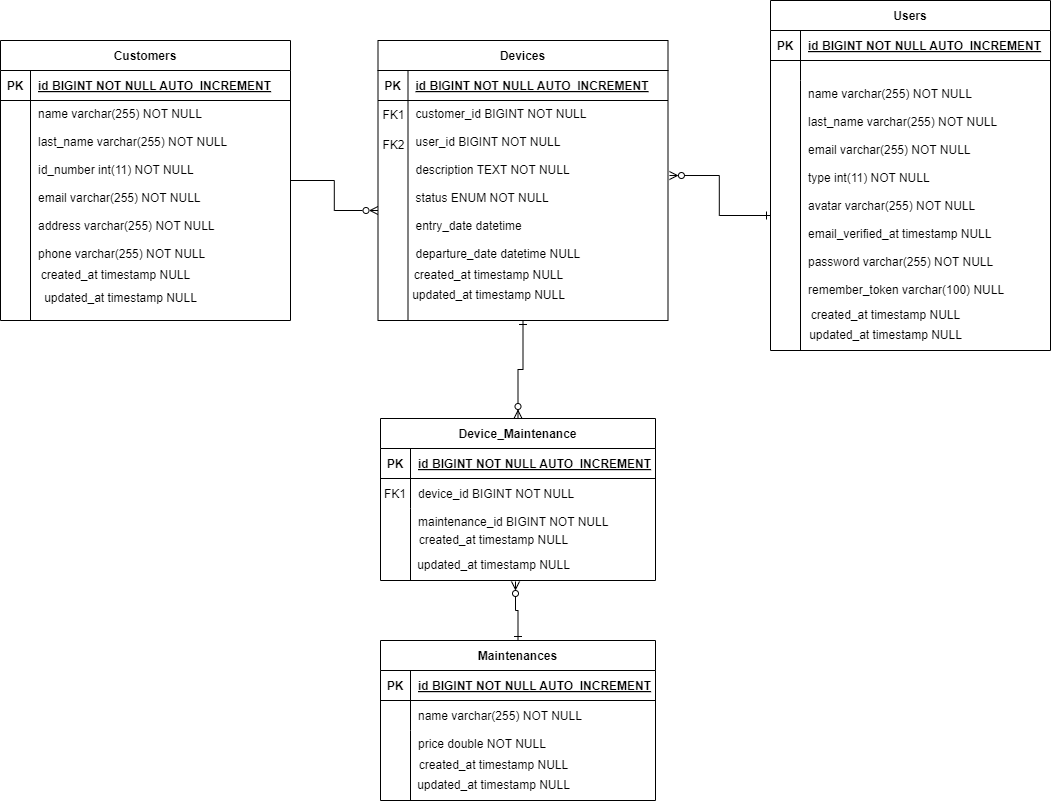
IvanAV19/Proxecto-DAW keeps this draw.io diagram as diseños/diagrama_entidadRelacion_DB.drawio.png. Above is the earlier version. Source tidied: cells renumbered, new cells last; positions are measured from the earlier drawing's top-left corner, leaving out a move shared by most shapes.
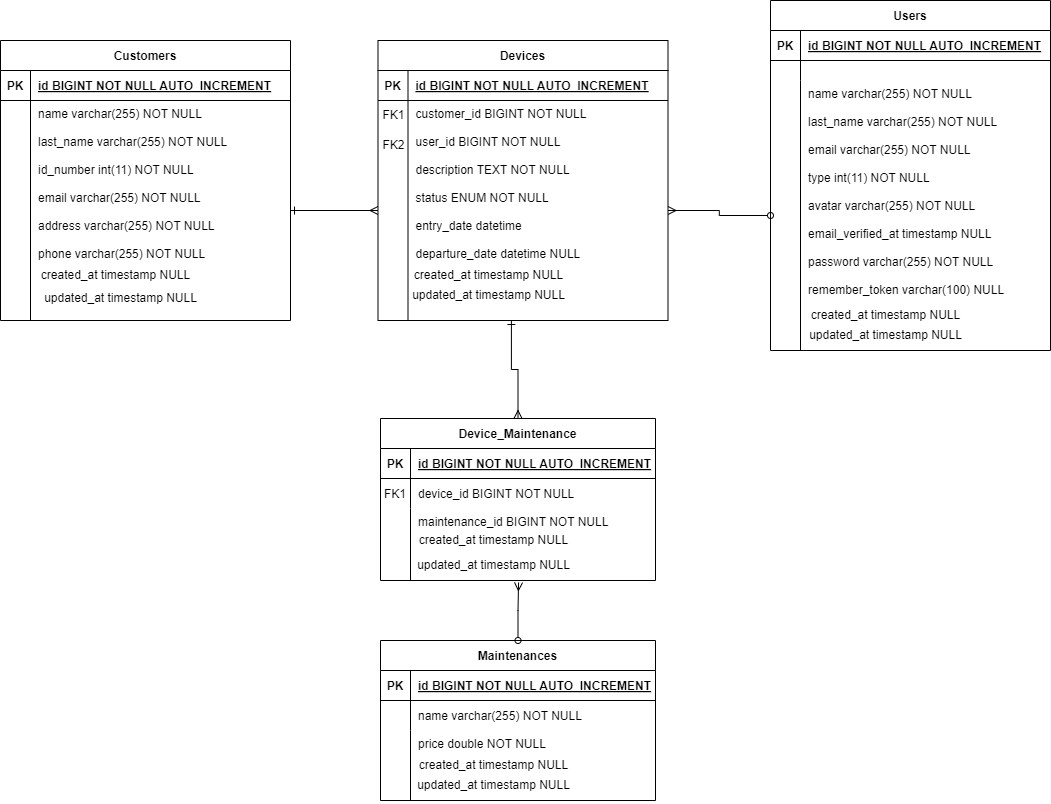
After the change.

Commit message:
Cambios en los diagramas

Diff of the diagram source:
```diff
@@ -32,9 +32,6 @@
     <mxCell id="11" value="maintenance_id BIGINT NOT NULL" style="shape=partialRectangle;overflow=hidden;fillColor=none;top=0;left=0;bottom=0;right=0;align=left;spacingLeft=6;verticalAlign=top;" parent="9" vertex="1">
       <mxGeometry x="30" width="245" height="72" as="geometry" />
     </mxCell>
-    <mxCell id="12" style="edgeStyle=orthogonalEdgeStyle;rounded=0;jettySize=auto;html=1;startArrow=baseDash;startFill=0;endArrow=ERzeroToMany;endFill=0;" parent="1" edge="1" source="13" target="47">
-      <mxGeometry relative="1" as="geometry" />
-    </mxCell>
     <mxCell id="13" value="Customers" style="shape=table;startSize=30;rowLines=0;fontStyle=1;align=center;" parent="1" vertex="1">
       <mxGeometry y="40" width="290" height="280" as="geometry" />
     </mxCell>
@@ -122,9 +119,6 @@
     <mxCell id="41" value="updated_at timestamp NULL" style="text;html=1;align=center;verticalAlign=middle;strokeColor=none;fillColor=none;" parent="1" vertex="1">
       <mxGeometry x="30" y="283" width="180" height="30" as="geometry" />
     </mxCell>
-    <mxCell id="42" style="edgeStyle=orthogonalEdgeStyle;rounded=0;jettySize=auto;html=1;entryX=0.5;entryY=0;entryDx=0;entryDy=0;startArrow=ERone;startFill=0;endArrow=ERzeroToMany;endFill=0;" parent="1" edge="1" source="43" target="2">
-      <mxGeometry relative="1" as="geometry" />
-    </mxCell>
     <mxCell id="43" value="Devices" style="shape=table;startSize=30;rowLines=0;fontStyle=1;align=center;" parent="1" vertex="1">
       <mxGeometry x="377.5" y="40" width="290" height="280" as="geometry" />
     </mxCell>
@@ -158,9 +152,6 @@
     <mxCell id="53" value="FK2" style="text;html=1;align=center;verticalAlign=middle;strokeColor=none;fillColor=none;" parent="1" vertex="1">
       <mxGeometry x="367.5" y="130" width="50" height="30" as="geometry" />
     </mxCell>
-    <mxCell id="54" style="edgeStyle=orthogonalEdgeStyle;rounded=0;jettySize=auto;html=1;entryX=1.005;entryY=0.341;entryDx=0;entryDy=0;entryPerimeter=0;startArrow=ERone;startFill=0;endArrow=ERzeroToMany;endFill=0;" parent="1" edge="1" source="37" target="47">
-      <mxGeometry relative="1" as="geometry" />
-    </mxCell>
     <mxCell id="55" value="created_at timestamp NULL" style="text;html=1;align=center;verticalAlign=middle;strokeColor=none;fillColor=none;" parent="1" vertex="1">
       <mxGeometry x="800" y="300" width="170" height="30" as="geometry" />
     </mxCell>
@@ -179,7 +170,16 @@
     <mxCell id="60" value="updated_at timestamp NULL" style="text;html=1;align=center;verticalAlign=middle;points=[];strokeColor=none;fillColor=none;" parent="1" vertex="1">
       <mxGeometry x="402.5" y="550" width="180" height="30" as="geometry" />
     </mxCell>
+    <mxCell id="62" style="edgeStyle=orthogonalEdgeStyle;rounded=0;jettySize=auto;html=1;exitX=1;exitY=0.5;exitDx=0;exitDy=0;entryX=0;entryY=0.5;entryDx=0;entryDy=0;startArrow=ERone;startFill=0;endArrow=ERmany;endFill=0;" parent="1" edge="1" source="17" target="47">
+      <mxGeometry relative="1" as="geometry" />
+    </mxCell>
+    <mxCell id="54" style="edgeStyle=orthogonalEdgeStyle;rounded=0;jettySize=auto;html=1;exitX=0;exitY=0.5;exitDx=0;exitDy=0;startArrow=oval;startFill=0;endArrow=ERmany;endFill=0;" parent="1" edge="1" source="37" target="47">
+      <mxGeometry relative="1" as="geometry" />
+    </mxCell>
+    <mxCell id="63" style="edgeStyle=orthogonalEdgeStyle;rounded=0;jettySize=auto;html=1;exitX=0.5;exitY=0;exitDx=0;exitDy=0;entryX=0.46;entryY=1;entryDx=0;entryDy=0;entryPerimeter=0;startArrow=ERmany;startFill=0;endArrow=ERone;endFill=0;" parent="1" edge="1" source="2" target="47">
+      <mxGeometry relative="1" as="geometry" />
+    </mxCell>
-    <mxCell id="61" style="edgeStyle=orthogonalEdgeStyle;rounded=0;jettySize=auto;html=1;exitX=0.5;exitY=0;exitDx=0;exitDy=0;entryX=0.625;entryY=1.033;entryDx=0;entryDy=0;entryPerimeter=0;startArrow=ERone;startFill=0;endArrow=ERzeroToMany;endFill=0;" parent="1" edge="1" source="20" target="60">
+    <mxCell id="61" style="edgeStyle=orthogonalEdgeStyle;rounded=0;jettySize=auto;html=1;exitX=0.5;exitY=0;exitDx=0;exitDy=0;entryX=0.642;entryY=1.067;entryDx=0;entryDy=0;entryPerimeter=0;startArrow=oval;startFill=0;endArrow=ERmany;endFill=0;" parent="1" edge="1" source="20" target="60">
       <mxGeometry relative="1" as="geometry" />
     </mxCell>
   </root>
```
